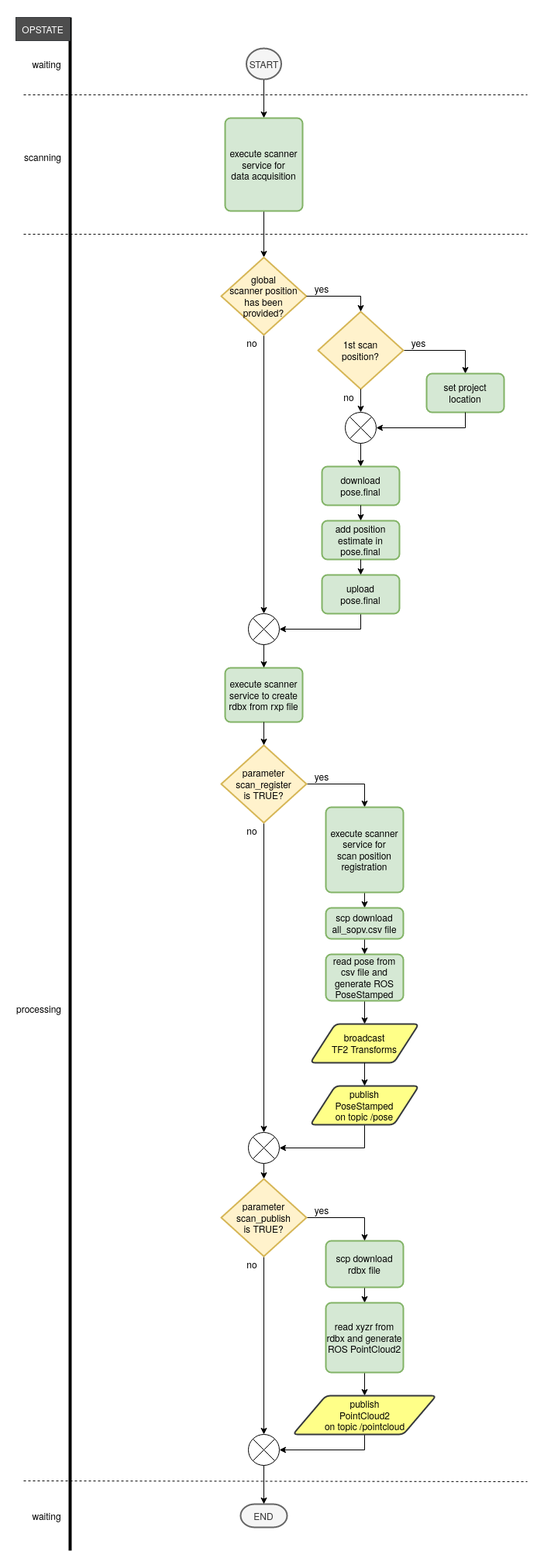
Above: riegl_vz/img/scan.png in riegllms/ros-riegl-vz (draw.io), before the change. Source tidied: cells renumbered, new cells last; positions are measured from the earlier drawing's top-left corner, leaving out a move shared by most shapes.
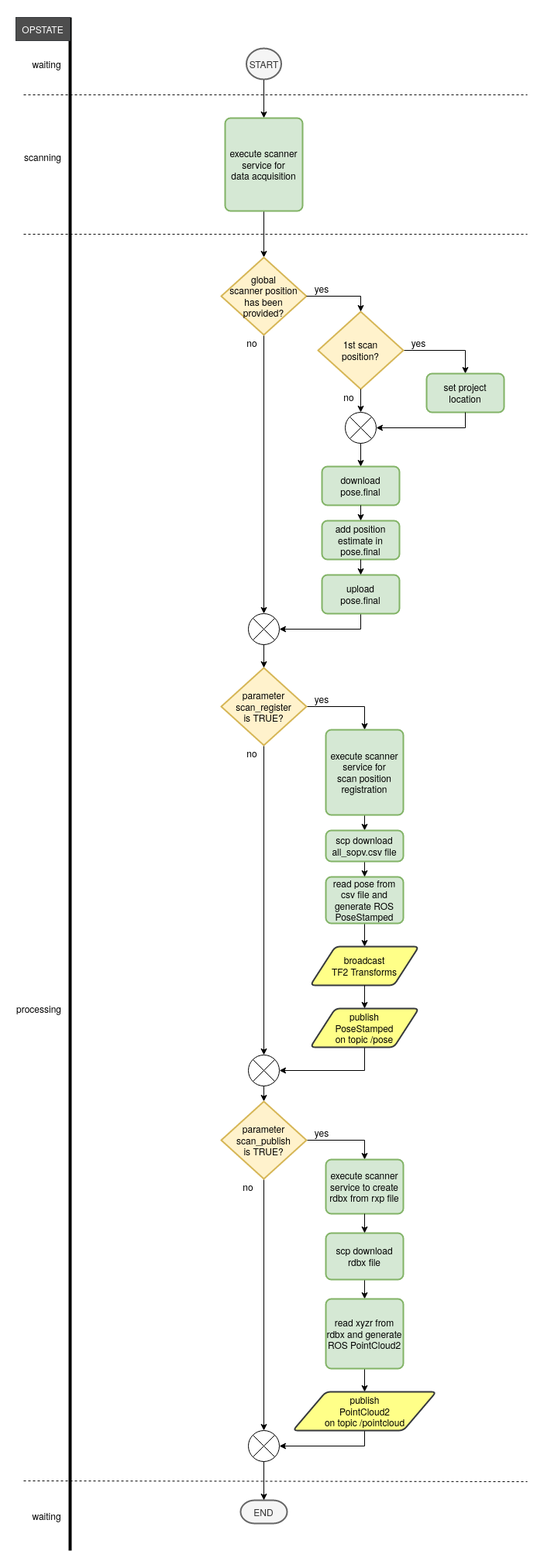
The same diagram one commit later.

Change to the diagram source:
```diff
@@ -22,9 +22,6 @@
     <mxCell id="7" value="scanning" style="text;html=1;strokeColor=none;fillColor=none;align=center;verticalAlign=middle;whiteSpace=wrap;rounded=0;" parent="1" vertex="1">
       <mxGeometry x="10" y="170" width="50" height="20" as="geometry" />
     </mxCell>
-    <mxCell id="8" value="&lt;div&gt;execute scanner service to create rdbx from rxp file&lt;/div&gt;" style="rounded=1;whiteSpace=wrap;html=1;absoluteArcSize=1;arcSize=14;strokeWidth=2;fillColor=#d5e8d4;strokeColor=#82b366;" parent="1" vertex="1">
-      <mxGeometry x="270" y="840" width="100" height="70" as="geometry" />
-    </mxCell>
     <mxCell id="9" style="endArrow=none;dashed=1;html=1;" parent="1" edge="1">
       <mxGeometry relative="1" as="geometry">
         <mxPoint x="10" y="280" as="sourcePoint" />
@@ -41,19 +38,19 @@
       <mxGeometry relative="1" as="geometry" />
     </mxCell>
     <mxCell id="13" value="&lt;div&gt;parameter&lt;/div&gt;&lt;div&gt;scan_register&lt;/div&gt;&lt;div&gt;is TRUE?&lt;br&gt;&lt;/div&gt;" style="strokeWidth=2;html=1;shape=mxgraph.flowchart.decision;whiteSpace=wrap;fillColor=#fff2cc;strokeColor=#d6b656;" parent="1" vertex="1">
-      <mxGeometry x="265" y="940" width="110" height="100" as="geometry" />
+      <mxGeometry x="265" y="840" width="110" height="100" as="geometry" />
     </mxCell>
     <mxCell id="14" style="edgeStyle=orthogonalEdgeStyle;rounded=0;jettySize=auto;html=1;exitX=0.5;exitY=1;exitDx=0;exitDy=0;entryX=0.5;entryY=0;entryDx=0;entryDy=0;" parent="1" edge="1" source="15" target="20">
       <mxGeometry relative="1" as="geometry" />
     </mxCell>
     <mxCell id="15" value="&lt;div&gt;&lt;br&gt;&lt;/div&gt;&lt;div&gt;execute scanner service for &lt;br&gt;&lt;/div&gt;&lt;div&gt;scan position registration&lt;/div&gt;&lt;div&gt;&lt;br&gt;&lt;/div&gt;" style="rounded=1;whiteSpace=wrap;html=1;absoluteArcSize=1;arcSize=14;strokeWidth=2;fillColor=#d5e8d4;strokeColor=#82b366;" parent="1" vertex="1">
-      <mxGeometry x="400" y="1020" width="100" height="110" as="geometry" />
+      <mxGeometry x="400" y="920" width="100" height="110" as="geometry" />
     </mxCell>
     <mxCell id="16" style="edgeStyle=orthogonalEdgeStyle;rounded=0;jettySize=auto;html=1;exitX=0.5;exitY=1;exitDx=0;exitDy=0;entryX=0.5;entryY=0;entryDx=0;entryDy=0;" parent="1" edge="1" source="17" target="29">
       <mxGeometry relative="1" as="geometry" />
     </mxCell>
     <mxCell id="17" value="&lt;div&gt;read pose from &lt;br&gt;&lt;/div&gt;&lt;div&gt;csv file and generate ROS PoseStamped&lt;br&gt;&lt;/div&gt;" style="rounded=1;whiteSpace=wrap;html=1;absoluteArcSize=1;arcSize=14;strokeWidth=2;fillColor=#d5e8d4;strokeColor=#82b366;" parent="1" vertex="1">
-      <mxGeometry x="400" y="1210" width="100" height="60" as="geometry" />
+      <mxGeometry x="400" y="1110" width="100" height="60" as="geometry" />
     </mxCell>
     <mxCell id="18" style="edgeStyle=orthogonalEdgeStyle;rounded=0;jettySize=auto;html=1;exitX=0.5;exitY=1;exitDx=0;exitDy=0;entryX=1;entryY=0.5;entryDx=0;entryDy=0;entryPerimeter=0;" parent="1" edge="1" source="55" target="24">
       <mxGeometry relative="1" as="geometry" />
@@ -62,19 +59,16 @@
       <mxGeometry relative="1" as="geometry" />
     </mxCell>
     <mxCell id="20" value="&lt;div&gt;scp download &lt;br&gt;&lt;/div&gt;&lt;div&gt;all_sopv.csv file&lt;br&gt;&lt;/div&gt;" style="rounded=1;whiteSpace=wrap;html=1;absoluteArcSize=1;arcSize=14;strokeWidth=2;fillColor=#d5e8d4;strokeColor=#82b366;" parent="1" vertex="1">
-      <mxGeometry x="400" y="1150" width="100" height="40" as="geometry" />
+      <mxGeometry x="400" y="1050" width="100" height="40" as="geometry" />
     </mxCell>
     <mxCell id="21" value="waiting" style="text;html=1;strokeColor=none;fillColor=none;align=center;verticalAlign=middle;whiteSpace=wrap;rounded=0;" parent="1" vertex="1">
       <mxGeometry x="20" y="1925" width="40" height="20" as="geometry" />
     </mxCell>
-    <mxCell id="22" style="edgeStyle=orthogonalEdgeStyle;rounded=0;jettySize=auto;html=1;exitX=0.5;exitY=1;exitDx=0;exitDy=0;entryX=0.5;entryY=0;entryDx=0;entryDy=0;entryPerimeter=0;" parent="1" edge="1" source="8" target="13">
-      <mxGeometry relative="1" as="geometry" />
-    </mxCell>
     <mxCell id="23" style="edgeStyle=orthogonalEdgeStyle;rounded=0;jettySize=auto;html=1;exitX=0.5;exitY=1;exitDx=0;exitDy=0;exitPerimeter=0;entryX=0.5;entryY=0;entryDx=0;entryDy=0;entryPerimeter=0;" parent="1" edge="1" source="24" target="61">
       <mxGeometry relative="1" as="geometry" />
     </mxCell>
     <mxCell id="24" style="verticalLabelPosition=bottom;verticalAlign=top;html=1;shape=mxgraph.flowchart.or;" parent="1" vertex="1">
-      <mxGeometry x="300" y="1440" width="40" height="40" as="geometry" />
+      <mxGeometry x="300" y="1340" width="40" height="40" as="geometry" />
     </mxCell>
     <mxCell id="25" style="endArrow=none;dashed=1;html=1;" parent="1" edge="1">
       <mxGeometry relative="1" as="geometry">
@@ -83,7 +77,7 @@
       </mxGeometry>
     </mxCell>
     <mxCell id="26" value="END" style="strokeWidth=2;html=1;shape=mxgraph.flowchart.terminator;whiteSpace=wrap;fillColor=#f5f5f5;strokeColor=#666666;fontColor=#333333;" parent="1" vertex="1">
-      <mxGeometry x="290" y="1920" width="60" height="30" as="geometry" />
+      <mxGeometry x="290" y="1915" width="60" height="30" as="geometry" />
     </mxCell>
     <mxCell id="27" value="START" style="strokeWidth=2;html=1;shape=mxgraph.flowchart.start_2;whiteSpace=wrap;fillColor=#f5f5f5;strokeColor=#666666;fontColor=#333333;" parent="1" vertex="1">
       <mxGeometry x="297.5" y="40" width="45" height="40" as="geometry" />
@@ -95,7 +89,7 @@
       </mxGeometry>
     </mxCell>
     <mxCell id="29" value="&lt;div&gt;broadcast&lt;/div&gt;&lt;div&gt;TF2 Transforms&lt;br&gt;&lt;/div&gt;" style="shape=parallelogram;html=1;strokeWidth=2;perimeter=parallelogramPerimeter;whiteSpace=wrap;rounded=1;arcSize=12;size=0.23;fillColor=#ffff88;strokeColor=#36393d;" parent="1" vertex="1">
-      <mxGeometry x="380" y="1300" width="140" height="50" as="geometry" />
+      <mxGeometry x="380" y="1200" width="140" height="50" as="geometry" />
     </mxCell>
     <mxCell id="30" value="OPSTATE" style="rounded=0;whiteSpace=wrap;html=1;strokeColor=#36393d;fillColor=#4D4D4D;fontColor=#FFFFFF;" parent="1" vertex="1">
       <mxGeometry width="70" height="30" as="geometry" />
@@ -122,10 +116,8 @@
     <mxCell id="36" style="verticalLabelPosition=bottom;verticalAlign=top;html=1;shape=mxgraph.flowchart.or;" parent="1" vertex="1">
       <mxGeometry x="300" y="770" width="40" height="40" as="geometry" />
     </mxCell>
-    <mxCell id="37" style="edgeStyle=orthogonalEdgeStyle;rounded=0;jettySize=auto;html=1;exitX=0.5;exitY=1;exitDx=0;exitDy=0;exitPerimeter=0;" parent="1" edge="1" source="36">
-      <mxGeometry relative="1" as="geometry">
-        <mxPoint x="320" y="840" as="targetPoint" />
-      </mxGeometry>
+    <mxCell id="37" style="edgeStyle=orthogonalEdgeStyle;rounded=0;jettySize=auto;html=1;exitX=0.5;exitY=1;exitDx=0;exitDy=0;exitPerimeter=0;entryX=0.5;entryY=0;entryDx=0;entryDy=0;entryPerimeter=0;" parent="1" edge="1" source="36" target="13">
+      <mxGeometry relative="1" as="geometry" />
     </mxCell>
     <mxCell id="38" value="&lt;div&gt;download&lt;/div&gt;&lt;div&gt;pose.final&lt;br&gt;&lt;/div&gt;" style="rounded=1;whiteSpace=wrap;html=1;absoluteArcSize=1;arcSize=14;strokeWidth=2;fillColor=#d5e8d4;strokeColor=#82b366;" parent="1" vertex="1">
       <mxGeometry x="395" y="580" width="100" height="50" as="geometry" />
@@ -169,7 +161,7 @@
       <mxGeometry relative="1" as="geometry" />
     </mxCell>
     <mxCell id="49" value="yes" style="text;html=1;strokeColor=none;fillColor=none;align=center;verticalAlign=middle;whiteSpace=wrap;rounded=0;" parent="1" vertex="1">
-      <mxGeometry x="375" y="970" width="40" height="20" as="geometry" />
+      <mxGeometry x="375" y="870" width="40" height="20" as="geometry" />
     </mxCell>
     <mxCell id="50" value="yes" style="text;html=1;strokeColor=none;fillColor=none;align=center;verticalAlign=middle;whiteSpace=wrap;rounded=0;" parent="1" vertex="1">
       <mxGeometry x="500" y="410" width="40" height="20" as="geometry" />
@@ -184,10 +176,10 @@
       <mxGeometry x="410" y="480" width="40" height="20" as="geometry" />
     </mxCell>
     <mxCell id="54" value="no" style="text;html=1;strokeColor=none;fillColor=none;align=center;verticalAlign=middle;whiteSpace=wrap;rounded=0;" parent="1" vertex="1">
-      <mxGeometry x="285" y="1040" width="40" height="20" as="geometry" />
+      <mxGeometry x="285" y="940" width="40" height="20" as="geometry" />
     </mxCell>
     <mxCell id="55" value="&lt;div&gt;publish&lt;/div&gt;&lt;div&gt;PoseStamped &lt;br&gt;&lt;/div&gt;&lt;div&gt;on topic /pose&lt;br&gt;&lt;/div&gt;" style="shape=parallelogram;html=1;strokeWidth=2;perimeter=parallelogramPerimeter;whiteSpace=wrap;rounded=1;arcSize=12;size=0.23;fillColor=#ffff88;strokeColor=#36393d;" parent="1" vertex="1">
-      <mxGeometry x="380" y="1380" width="140" height="50" as="geometry" />
+      <mxGeometry x="380" y="1280" width="140" height="50" as="geometry" />
     </mxCell>
     <mxCell id="56" style="edgeStyle=orthogonalEdgeStyle;rounded=0;jettySize=auto;html=1;exitX=0.5;exitY=1;exitDx=0;exitDy=0;entryX=0.5;entryY=0;entryDx=0;entryDy=0;" parent="1" edge="1" source="29" target="55">
       <mxGeometry relative="1" as="geometry" />
@@ -196,45 +188,51 @@
       <mxGeometry relative="1" as="geometry" />
     </mxCell>
     <mxCell id="58" value="&lt;div&gt;scp download &lt;br&gt;&lt;/div&gt;&lt;div&gt;rdbx file&lt;br&gt;&lt;/div&gt;" style="rounded=1;whiteSpace=wrap;html=1;absoluteArcSize=1;arcSize=14;strokeWidth=2;fillColor=#d5e8d4;strokeColor=#82b366;" parent="1" vertex="1">
-      <mxGeometry x="400" y="1580" width="100" height="60" as="geometry" />
+      <mxGeometry x="400" y="1570" width="100" height="60" as="geometry" />
     </mxCell>
-    <mxCell id="59" style="edgeStyle=orthogonalEdgeStyle;rounded=0;jettySize=auto;html=1;exitX=1;exitY=0.5;exitDx=0;exitDy=0;exitPerimeter=0;entryX=0.5;entryY=0;entryDx=0;entryDy=0;" parent="1" edge="1" source="61" target="58">
+    <mxCell id="59" style="edgeStyle=orthogonalEdgeStyle;rounded=0;jettySize=auto;html=1;exitX=1;exitY=0.5;exitDx=0;exitDy=0;exitPerimeter=0;entryX=0.5;entryY=0;entryDx=0;entryDy=0;" parent="1" edge="1" source="61" target="8">
       <mxGeometry relative="1" as="geometry" />
     </mxCell>
     <mxCell id="60" style="edgeStyle=orthogonalEdgeStyle;rounded=0;jettySize=auto;html=1;exitX=0.5;exitY=1;exitDx=0;exitDy=0;exitPerimeter=0;" parent="1" edge="1" source="61" target="65">
       <mxGeometry relative="1" as="geometry" />
     </mxCell>
     <mxCell id="61" value="&lt;div&gt;parameter&lt;/div&gt;&lt;div&gt;scan_publish&lt;/div&gt;&lt;div&gt;is TRUE?&lt;br&gt;&lt;/div&gt;" style="strokeWidth=2;html=1;shape=mxgraph.flowchart.decision;whiteSpace=wrap;fillColor=#fff2cc;strokeColor=#d6b656;" parent="1" vertex="1">
-      <mxGeometry x="265" y="1500" width="110" height="100" as="geometry" />
+      <mxGeometry x="265" y="1400" width="110" height="100" as="geometry" />
     </mxCell>
     <mxCell id="62" style="edgeStyle=orthogonalEdgeStyle;rounded=0;jettySize=auto;html=1;exitX=0.5;exitY=1;exitDx=0;exitDy=0;entryX=0.5;entryY=0;entryDx=0;entryDy=0;" parent="1" edge="1" source="63" target="66">
       <mxGeometry relative="1" as="geometry" />
     </mxCell>
     <mxCell id="63" value="&lt;div&gt;read xyzr from rdbx and generate&lt;br&gt;&lt;/div&gt;&lt;div&gt;ROS PointCloud2&lt;br&gt;&lt;/div&gt;" style="rounded=1;whiteSpace=wrap;html=1;absoluteArcSize=1;arcSize=14;strokeWidth=2;fillColor=#d5e8d4;strokeColor=#82b366;" parent="1" vertex="1">
-      <mxGeometry x="400" y="1660" width="100" height="90" as="geometry" />
+      <mxGeometry x="400" y="1655" width="100" height="90" as="geometry" />
     </mxCell>
     <mxCell id="64" style="edgeStyle=orthogonalEdgeStyle;rounded=0;jettySize=auto;html=1;exitX=0.5;exitY=1;exitDx=0;exitDy=0;entryX=1;entryY=0.5;entryDx=0;entryDy=0;entryPerimeter=0;" parent="1" edge="1" source="66" target="65">
       <mxGeometry relative="1" as="geometry">
         <Array as="points">
-          <mxPoint x="450" y="1820" />
-          <mxPoint x="450" y="1850" />
+          <mxPoint x="450" y="1815" />
+          <mxPoint x="450" y="1845" />
         </Array>
       </mxGeometry>
     </mxCell>
     <mxCell id="65" style="verticalLabelPosition=bottom;verticalAlign=top;html=1;shape=mxgraph.flowchart.or;" parent="1" vertex="1">
-      <mxGeometry x="300" y="1830" width="40" height="40" as="geometry" />
+      <mxGeometry x="300" y="1825" width="40" height="40" as="geometry" />
     </mxCell>
     <mxCell id="66" value="&lt;div&gt;publish&lt;/div&gt;&lt;div&gt;PointCloud2&lt;/div&gt;&lt;div&gt;on topic /pointcloud&lt;br&gt;&lt;/div&gt;" style="shape=parallelogram;html=1;strokeWidth=2;perimeter=parallelogramPerimeter;whiteSpace=wrap;rounded=1;arcSize=12;size=0.23;fillColor=#ffff88;strokeColor=#36393d;" parent="1" vertex="1">
-      <mxGeometry x="357.5" y="1780" width="185" height="50" as="geometry" />
+      <mxGeometry x="357.5" y="1775" width="185" height="50" as="geometry" />
     </mxCell>
     <mxCell id="67" value="yes" style="text;html=1;strokeColor=none;fillColor=none;align=center;verticalAlign=middle;whiteSpace=wrap;rounded=0;" parent="1" vertex="1">
-      <mxGeometry x="375" y="1530" width="40" height="20" as="geometry" />
+      <mxGeometry x="375" y="1430" width="40" height="20" as="geometry" />
     </mxCell>
     <mxCell id="68" value="no" style="text;html=1;strokeColor=none;fillColor=none;align=center;verticalAlign=middle;whiteSpace=wrap;rounded=0;" parent="1" vertex="1">
-      <mxGeometry x="285" y="1600" width="40" height="20" as="geometry" />
+      <mxGeometry x="280" y="1500" width="40" height="20" as="geometry" />
     </mxCell>
     <mxCell id="69" style="endArrow=classic;html=1;rounded=0;exitX=0.5;exitY=1;exitDx=0;exitDy=0;exitPerimeter=0;entryX=0.5;entryY=0;entryDx=0;entryDy=0;entryPerimeter=0;" parent="1" edge="1" source="65" target="26">
       <mxGeometry relative="1" as="geometry" />
     </mxCell>
+    <mxCell id="8" value="&lt;div&gt;execute scanner service to create rdbx from rxp file&lt;/div&gt;" style="rounded=1;whiteSpace=wrap;html=1;absoluteArcSize=1;arcSize=14;strokeWidth=2;fillColor=#d5e8d4;strokeColor=#82b366;" parent="1" vertex="1">
+      <mxGeometry x="400" y="1475" width="100" height="70" as="geometry" />
+    </mxCell>
+    <mxCell id="70" style="edgeStyle=orthogonalEdgeStyle;rounded=0;jettySize=auto;html=1;exitX=0.5;exitY=1;exitDx=0;exitDy=0;entryX=0.5;entryY=0;entryDx=0;entryDy=0;" parent="1" edge="1" source="8" target="58">
+      <mxGeometry relative="1" as="geometry" />
+    </mxCell>
   </root>
 </mxGraphModel>
```
